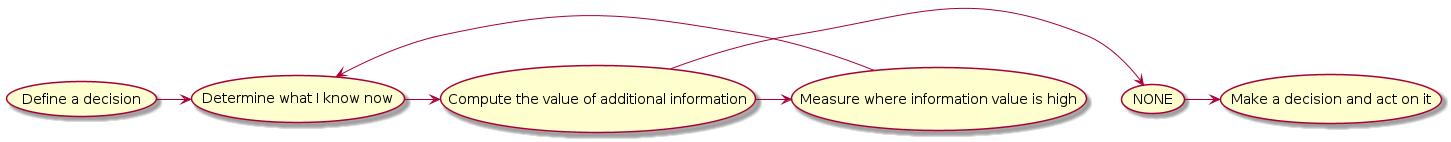
sata/papers keeps this PlantUML diagram as bookclub/images/aie_method.png. Above is the earlier version.
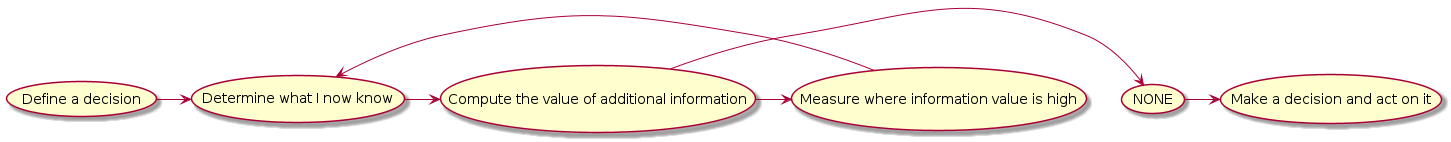
Later version of the same file.

What changed in the source:
```diff
@@ -1,10 +1,10 @@
 @startuml images/aie_method
-(Define a decision) -> (Determine what I know now)
-(Determine what I know now) -> (Compute the value of additional information)
+(Define a decision) -> (Determine what I now know)
+(Determine what I now know) -> (Compute the value of additional information)
 (Compute the value of additional information) -> (NONE)
 (NONE) -> (Make a decision and act on it)
 (Compute the value of additional information) -> (Measure where information value is high)
-(Measure where information value is high) -> (Determine what I know now)
+(Measure where information value is high) -> (Determine what I now know)
 
 
 
```
